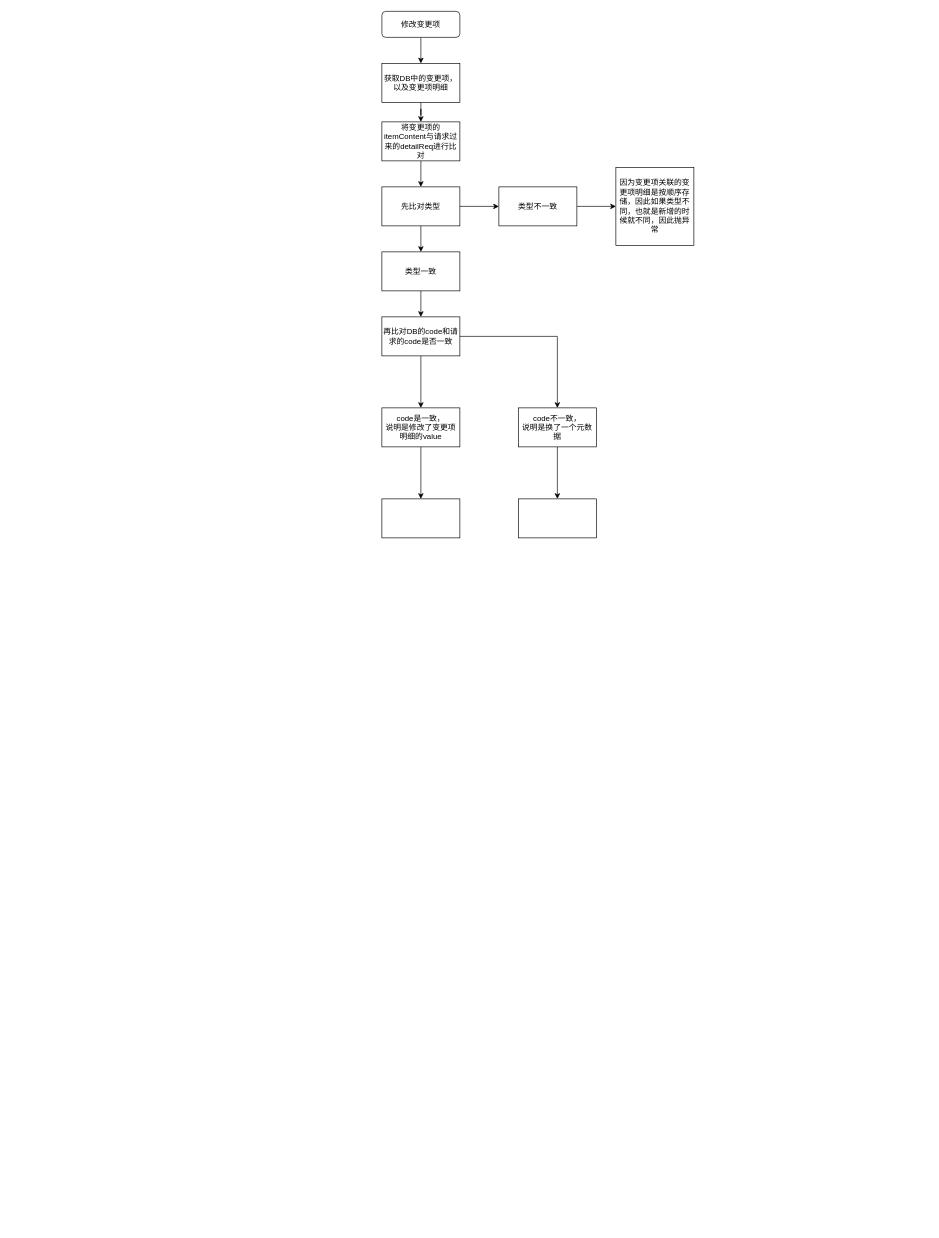
JJazin/abc keeps this draw.io diagram as page "修改变更项流程图" (2 of 2) of Untitled Diagram.drawio. Above is the earlier version. Source tidied: cells renumbered, new cells numbered last; positions are measured from the earlier drawing's top-left corner, leaving out a move shared by most shapes. Both pictures are drawn from the tidied source at 65%, with x=0, y=0 at pixel (382, 11).
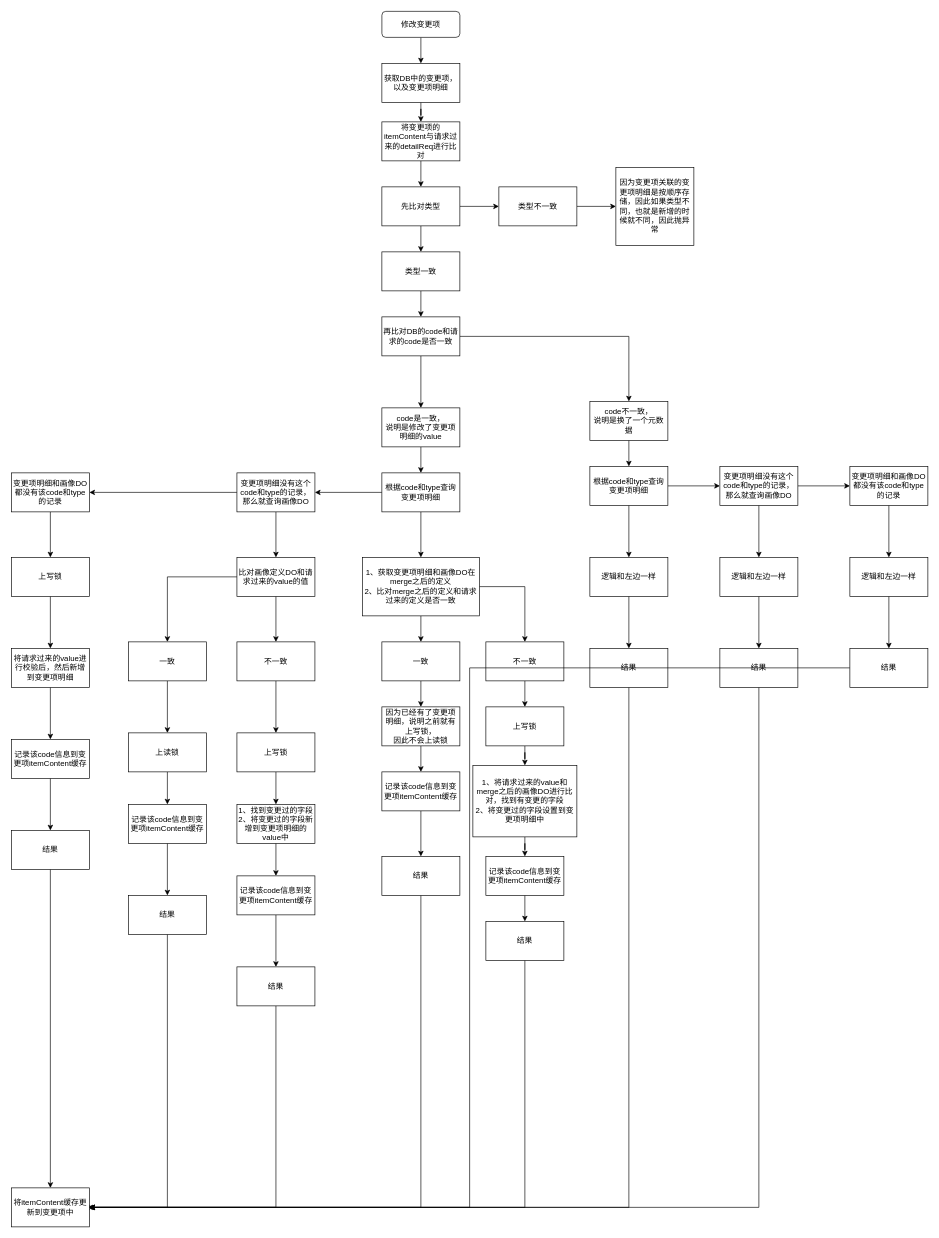
The same page after the edit.

What changed in the source:
```diff
@@
     <mxCell id="22" value="code不一致，&lt;br&gt;说明是换了一个元数据" style="whiteSpace=wrap;html=1;rounded=0;" parent="1" vertex="1">
-      <mxGeometry x="210" y="610" width="120" height="60" as="geometry" />
+      <mxGeometry x="320" y="600" width="120" height="60" as="geometry" />
     </mxCell>
+    <mxCell id="25" style="edgeStyle=orthogonalEdgeStyle;rounded=0;jettySize=auto;html=1;" parent="1" edge="1" source="23" target="31">
+      <mxGeometry relative="1" as="geometry" />
+    </mxCell>
+    <mxCell id="26" style="edgeStyle=orthogonalEdgeStyle;rounded=0;jettySize=auto;html=1;" parent="1" edge="1" source="23" target="36">
+      <mxGeometry relative="1" as="geometry" />
+    </mxCell>
-    <mxCell id="23" style="whiteSpace=wrap;html=1;rounded=0;" parent="1" vertex="1">
-      <mxGeometry y="750" width="120" height="60" as="geometry" />
+    <mxCell id="23" value="根据code和type查询变更项明细" style="whiteSpace=wrap;html=1;rounded=0;" parent="1" vertex="1">
+      <mxGeometry y="710" width="120" height="60" as="geometry" />
     </mxCell>
+    <mxCell id="27" style="edgeStyle=orthogonalEdgeStyle;rounded=0;jettySize=auto;html=1;" parent="1" edge="1" source="24" target="86">
+      <mxGeometry relative="1" as="geometry" />
+    </mxCell>
+    <mxCell id="28" style="edgeStyle=orthogonalEdgeStyle;rounded=0;jettySize=auto;html=1;" parent="1" edge="1" source="24" target="90">
+      <mxGeometry relative="1" as="geometry" />
+    </mxCell>
-    <mxCell id="24" style="whiteSpace=wrap;html=1;rounded=0;direction=west;" parent="1" vertex="1">
-      <mxGeometry x="210" y="750" width="120" height="60" as="geometry" />
+    <mxCell id="24" value="根据code和type查询变更项明细" style="whiteSpace=wrap;html=1;rounded=0;direction=west;" parent="1" vertex="1">
+      <mxGeometry x="320" y="700" width="120" height="60" as="geometry" />
     </mxCell>
+    <mxCell id="29" style="edgeStyle=orthogonalEdgeStyle;rounded=0;jettySize=auto;html=1;" parent="1" edge="1" source="31" target="33">
+      <mxGeometry relative="1" as="geometry" />
+    </mxCell>
+    <mxCell id="30" style="edgeStyle=orthogonalEdgeStyle;rounded=0;jettySize=auto;html=1;" parent="1" edge="1" source="31" target="55">
+      <mxGeometry relative="1" as="geometry" />
+    </mxCell>
+    <mxCell id="31" value="变更项明细没有这个code和type的记录，那么就查询画像DO" style="whiteSpace=wrap;html=1;rounded=0;" parent="1" vertex="1">
+      <mxGeometry x="-223" y="710" width="120" height="60" as="geometry" />
+    </mxCell>
+    <mxCell id="32" style="edgeStyle=orthogonalEdgeStyle;rounded=0;jettySize=auto;html=1;" parent="1" edge="1" source="33" target="57">
+      <mxGeometry relative="1" as="geometry" />
+    </mxCell>
+    <mxCell id="33" value="变更项明细和画像DO都没有该code和type的记录" style="whiteSpace=wrap;html=1;rounded=0;" parent="1" vertex="1">
+      <mxGeometry x="-570" y="710" width="120" height="60" as="geometry" />
+    </mxCell>
+    <mxCell id="34" style="edgeStyle=orthogonalEdgeStyle;rounded=0;jettySize=auto;html=1;" parent="1" edge="1" source="36" target="38">
+      <mxGeometry relative="1" as="geometry" />
+    </mxCell>
+    <mxCell id="35" style="edgeStyle=orthogonalEdgeStyle;rounded=0;jettySize=auto;html=1;" parent="1" edge="1" source="36" target="40">
+      <mxGeometry relative="1" as="geometry" />
+    </mxCell>
+    <mxCell id="36" value="1、获取变更项明细和画像DO在merge之后的定义&lt;br&gt;2、比对merge之后的定义和请求过来的定义是否一致" style="whiteSpace=wrap;html=1;rounded=0;" parent="1" vertex="1">
+      <mxGeometry x="-30" y="840" width="180" height="90" as="geometry" />
+    </mxCell>
+    <mxCell id="37" style="edgeStyle=orthogonalEdgeStyle;rounded=0;jettySize=auto;html=1;" parent="1" edge="1" source="38" target="42">
+      <mxGeometry relative="1" as="geometry" />
+    </mxCell>
+    <mxCell id="38" value="一致" style="whiteSpace=wrap;html=1;rounded=0;" parent="1" vertex="1">
+      <mxGeometry y="970" width="120" height="60" as="geometry" />
+    </mxCell>
+    <mxCell id="39" style="edgeStyle=orthogonalEdgeStyle;rounded=0;jettySize=auto;html=1;" parent="1" edge="1" source="40" target="71">
+      <mxGeometry relative="1" as="geometry" />
+    </mxCell>
+    <mxCell id="40" value="不一致" style="whiteSpace=wrap;html=1;rounded=0;" parent="1" vertex="1">
+      <mxGeometry x="160" y="970" width="120" height="60" as="geometry" />
+    </mxCell>
+    <mxCell id="41" style="edgeStyle=orthogonalEdgeStyle;rounded=0;jettySize=auto;html=1;" parent="1" edge="1" source="42" target="44">
+      <mxGeometry relative="1" as="geometry" />
+    </mxCell>
+    <mxCell id="42" value="因为已经有了变更项明细，说明之前就有上写锁，&lt;br&gt;因此不会上读锁" style="whiteSpace=wrap;html=1;rounded=0;" parent="1" vertex="1">
+      <mxGeometry y="1070" width="120" height="60" as="geometry" />
+    </mxCell>
+    <mxCell id="43" style="edgeStyle=orthogonalEdgeStyle;rounded=0;jettySize=auto;html=1;" parent="1" edge="1" source="44" target="46">
+      <mxGeometry relative="1" as="geometry" />
+    </mxCell>
+    <mxCell id="44" value="记录该code信息到变更项itemContent缓存" style="whiteSpace=wrap;html=1;rounded=0;" parent="1" vertex="1">
+      <mxGeometry y="1170" width="120" height="60" as="geometry" />
+    </mxCell>
+    <mxCell id="45" style="edgeStyle=orthogonalEdgeStyle;rounded=0;jettySize=auto;html=1;exitX=0.5;exitY=1;exitDx=0;exitDy=0;entryX=1;entryY=0.5;entryDx=0;entryDy=0;" parent="1" edge="1" source="46" target="101">
+      <mxGeometry relative="1" as="geometry" />
+    </mxCell>
+    <mxCell id="46" value="结果" style="whiteSpace=wrap;html=1;rounded=0;" parent="1" vertex="1">
+      <mxGeometry y="1300" width="120" height="60" as="geometry" />
+    </mxCell>
+    <mxCell id="47" style="edgeStyle=orthogonalEdgeStyle;rounded=0;jettySize=auto;html=1;" parent="1" edge="1" source="48" target="50">
+      <mxGeometry relative="1" as="geometry" />
+    </mxCell>
+    <mxCell id="48" value="1、将请求过来的value和merge之后的画像DO进行比对，找到有变更的字段&lt;br&gt;2、将变更过的字段设置到变更项明细中" style="whiteSpace=wrap;html=1;rounded=0;" parent="1" vertex="1">
+      <mxGeometry x="140" y="1160" width="160" height="110" as="geometry" />
+    </mxCell>
+    <mxCell id="49" style="edgeStyle=orthogonalEdgeStyle;rounded=0;jettySize=auto;html=1;" parent="1" edge="1" source="50" target="52">
+      <mxGeometry relative="1" as="geometry" />
+    </mxCell>
+    <mxCell id="50" value="&lt;span&gt;记录该code信息到变更项itemContent缓存&lt;/span&gt;" style="whiteSpace=wrap;html=1;rounded=0;" parent="1" vertex="1">
+      <mxGeometry x="160" y="1300" width="120" height="60" as="geometry" />
+    </mxCell>
+    <mxCell id="51" style="edgeStyle=orthogonalEdgeStyle;rounded=0;jettySize=auto;html=1;" parent="1" edge="1" source="52">
+      <mxGeometry relative="1" as="geometry">
+        <mxPoint x="-450" y="1840" as="targetPoint" />
+        <Array as="points">
+          <mxPoint x="220" y="1840" />
+        </Array>
+      </mxGeometry>
+    </mxCell>
+    <mxCell id="52" value="结果" style="whiteSpace=wrap;html=1;rounded=0;" parent="1" vertex="1">
+      <mxGeometry x="160" y="1400" width="120" height="60" as="geometry" />
+    </mxCell>
+    <mxCell id="53" style="edgeStyle=orthogonalEdgeStyle;rounded=0;jettySize=auto;html=1;" parent="1" edge="1" source="55" target="59">
+      <mxGeometry relative="1" as="geometry" />
+    </mxCell>
+    <mxCell id="54" style="edgeStyle=orthogonalEdgeStyle;rounded=0;jettySize=auto;html=1;" parent="1" edge="1" source="55" target="61">
+      <mxGeometry relative="1" as="geometry" />
+    </mxCell>
+    <mxCell id="55" value="比对画像定义DO和请求过来的value的值" style="whiteSpace=wrap;html=1;rounded=0;" parent="1" vertex="1">
+      <mxGeometry x="-223" y="840" width="120" height="60" as="geometry" />
+    </mxCell>
+    <mxCell id="56" style="edgeStyle=orthogonalEdgeStyle;rounded=0;jettySize=auto;html=1;" parent="1" edge="1" source="57" target="79">
+      <mxGeometry relative="1" as="geometry" />
+    </mxCell>
+    <mxCell id="57" value="上写锁" style="whiteSpace=wrap;html=1;rounded=0;" parent="1" vertex="1">
+      <mxGeometry x="-570" y="840" width="120" height="60" as="geometry" />
+    </mxCell>
+    <mxCell id="58" style="edgeStyle=orthogonalEdgeStyle;rounded=0;jettySize=auto;html=1;" parent="1" edge="1" source="59" target="63">
+      <mxGeometry relative="1" as="geometry" />
+    </mxCell>
+    <mxCell id="59" value="一致" style="whiteSpace=wrap;html=1;rounded=0;" parent="1" vertex="1">
+      <mxGeometry x="-390" y="970" width="120" height="60" as="geometry" />
+    </mxCell>
+    <mxCell id="60" style="edgeStyle=orthogonalEdgeStyle;rounded=0;jettySize=auto;html=1;" parent="1" edge="1" source="61" target="69">
+      <mxGeometry relative="1" as="geometry" />
+    </mxCell>
+    <mxCell id="61" value="不一致" style="whiteSpace=wrap;html=1;rounded=0;" parent="1" vertex="1">
+      <mxGeometry x="-223" y="970" width="120" height="60" as="geometry" />
+    </mxCell>
+    <mxCell id="62" style="edgeStyle=orthogonalEdgeStyle;rounded=0;jettySize=auto;html=1;" parent="1" edge="1" source="63" target="65">
+      <mxGeometry relative="1" as="geometry" />
+    </mxCell>
+    <mxCell id="63" value="上读锁" style="whiteSpace=wrap;html=1;rounded=0;" parent="1" vertex="1">
+      <mxGeometry x="-390" y="1110" width="120" height="60" as="geometry" />
+    </mxCell>
+    <mxCell id="64" style="edgeStyle=orthogonalEdgeStyle;rounded=0;jettySize=auto;html=1;" parent="1" edge="1" source="65" target="67">
+      <mxGeometry relative="1" as="geometry" />
+    </mxCell>
+    <mxCell id="65" value="&lt;span&gt;记录该code信息到变更项itemContent缓存&lt;/span&gt;" style="whiteSpace=wrap;html=1;rounded=0;" parent="1" vertex="1">
+      <mxGeometry x="-390" y="1220" width="120" height="60" as="geometry" />
+    </mxCell>
+    <mxCell id="66" style="edgeStyle=orthogonalEdgeStyle;rounded=0;jettySize=auto;html=1;exitX=0.5;exitY=1;exitDx=0;exitDy=0;" parent="1" edge="1" source="67" target="101">
+      <mxGeometry relative="1" as="geometry">
+        <Array as="points">
+          <mxPoint x="-330" y="1840" />
+        </Array>
+      </mxGeometry>
+    </mxCell>
+    <mxCell id="67" value="结果" style="whiteSpace=wrap;html=1;rounded=0;" parent="1" vertex="1">
+      <mxGeometry x="-390" y="1360" width="120" height="60" as="geometry" />
+    </mxCell>
+    <mxCell id="68" style="edgeStyle=orthogonalEdgeStyle;rounded=0;jettySize=auto;html=1;" parent="1" edge="1" source="69" target="73">
+      <mxGeometry relative="1" as="geometry" />
+    </mxCell>
+    <mxCell id="69" value="上写锁" style="whiteSpace=wrap;html=1;rounded=0;" parent="1" vertex="1">
+      <mxGeometry x="-223" y="1110" width="120" height="60" as="geometry" />
+    </mxCell>
+    <mxCell id="70" style="edgeStyle=orthogonalEdgeStyle;rounded=0;jettySize=auto;html=1;" parent="1" edge="1" source="71" target="48">
+      <mxGeometry relative="1" as="geometry" />
+    </mxCell>
+    <mxCell id="71" value="上写锁" style="whiteSpace=wrap;html=1;rounded=0;" parent="1" vertex="1">
+      <mxGeometry x="160" y="1070" width="120" height="60" as="geometry" />
+    </mxCell>
+    <mxCell id="72" style="edgeStyle=orthogonalEdgeStyle;rounded=0;jettySize=auto;html=1;" parent="1" edge="1" source="73" target="75">
+      <mxGeometry relative="1" as="geometry" />
+    </mxCell>
+    <mxCell id="73" value="1、找到变更过的字段&lt;br&gt;2、将变更过的字段新增到变更项明细的value中" style="whiteSpace=wrap;html=1;rounded=0;" parent="1" vertex="1">
+      <mxGeometry x="-223" y="1220" width="120" height="60" as="geometry" />
+    </mxCell>
+    <mxCell id="74" style="edgeStyle=orthogonalEdgeStyle;rounded=0;jettySize=auto;html=1;" parent="1" edge="1" source="75" target="77">
+      <mxGeometry relative="1" as="geometry" />
+    </mxCell>
+    <mxCell id="75" value="&lt;span&gt;记录该code信息到变更项itemContent缓存&lt;/span&gt;" style="whiteSpace=wrap;html=1;rounded=0;" parent="1" vertex="1">
+      <mxGeometry x="-223" y="1330" width="120" height="60" as="geometry" />
+    </mxCell>
+    <mxCell id="76" style="edgeStyle=orthogonalEdgeStyle;rounded=0;jettySize=auto;html=1;exitX=0.5;exitY=1;exitDx=0;exitDy=0;" parent="1" edge="1" source="77">
+      <mxGeometry relative="1" as="geometry">
+        <mxPoint x="-450" y="1840" as="targetPoint" />
+        <Array as="points">
+          <mxPoint x="-163" y="1840" />
+        </Array>
+      </mxGeometry>
+    </mxCell>
+    <mxCell id="77" value="结果" style="whiteSpace=wrap;html=1;rounded=0;" parent="1" vertex="1">
+      <mxGeometry x="-223" y="1470" width="120" height="60" as="geometry" />
+    </mxCell>
+    <mxCell id="78" style="edgeStyle=orthogonalEdgeStyle;rounded=0;jettySize=auto;html=1;" parent="1" edge="1" source="79" target="81">
+      <mxGeometry relative="1" as="geometry" />
+    </mxCell>
+    <mxCell id="79" value="将请求过来的value进行校验后，然后新增到变更项明细" style="whiteSpace=wrap;html=1;rounded=0;" parent="1" vertex="1">
+      <mxGeometry x="-570" y="980" width="120" height="60" as="geometry" />
+    </mxCell>
+    <mxCell id="80" style="edgeStyle=orthogonalEdgeStyle;rounded=0;jettySize=auto;html=1;" parent="1" edge="1" source="81" target="83">
+      <mxGeometry relative="1" as="geometry" />
+    </mxCell>
+    <mxCell id="81" value="&lt;span&gt;记录该code信息到变更项itemContent缓存&lt;/span&gt;" style="whiteSpace=wrap;html=1;rounded=0;" parent="1" vertex="1">
+      <mxGeometry x="-570" y="1120" width="120" height="60" as="geometry" />
+    </mxCell>
+    <mxCell id="82" style="edgeStyle=orthogonalEdgeStyle;rounded=0;jettySize=auto;html=1;" parent="1" edge="1" source="83" target="101">
+      <mxGeometry relative="1" as="geometry" />
+    </mxCell>
+    <mxCell id="83" value="结果" style="whiteSpace=wrap;html=1;rounded=0;" parent="1" vertex="1">
+      <mxGeometry x="-570" y="1260" width="120" height="60" as="geometry" />
+    </mxCell>
+    <mxCell id="84" style="edgeStyle=orthogonalEdgeStyle;rounded=0;jettySize=auto;html=1;" parent="1" edge="1" source="86" target="88">
+      <mxGeometry relative="1" as="geometry" />
+    </mxCell>
+    <mxCell id="85" style="edgeStyle=orthogonalEdgeStyle;rounded=0;jettySize=auto;html=1;" parent="1" edge="1" source="86" target="94">
+      <mxGeometry relative="1" as="geometry" />
+    </mxCell>
+    <mxCell id="86" value="&lt;span&gt;变更项明细没有这个code和type的记录，那么就查询画像DO&lt;/span&gt;" style="whiteSpace=wrap;html=1;rounded=0;" parent="1" vertex="1">
+      <mxGeometry x="520" y="700" width="120" height="60" as="geometry" />
+    </mxCell>
+    <mxCell id="87" style="edgeStyle=orthogonalEdgeStyle;rounded=0;jettySize=auto;html=1;" parent="1" edge="1" source="88" target="98">
+      <mxGeometry relative="1" as="geometry" />
+    </mxCell>
+    <mxCell id="88" value="&lt;span&gt;变更项明细和画像DO都没有该code和type的记录&lt;/span&gt;" style="whiteSpace=wrap;html=1;rounded=0;" parent="1" vertex="1">
+      <mxGeometry x="720" y="700" width="120" height="60" as="geometry" />
+    </mxCell>
+    <mxCell id="89" style="edgeStyle=orthogonalEdgeStyle;rounded=0;jettySize=auto;html=1;" parent="1" edge="1" source="90" target="92">
+      <mxGeometry relative="1" as="geometry" />
+    </mxCell>
+    <mxCell id="90" value="逻辑和左边一样" style="whiteSpace=wrap;html=1;rounded=0;" parent="1" vertex="1">
+      <mxGeometry x="320" y="840" width="120" height="60" as="geometry" />
+    </mxCell>
+    <mxCell id="91" style="edgeStyle=orthogonalEdgeStyle;rounded=0;jettySize=auto;html=1;" parent="1" edge="1" source="92">
+      <mxGeometry relative="1" as="geometry">
+        <mxPoint x="-458" y="1840" as="targetPoint" />
+        <Array as="points">
+          <mxPoint x="380" y="1840" />
+        </Array>
+      </mxGeometry>
+    </mxCell>
+    <mxCell id="92" value="结果" style="whiteSpace=wrap;html=1;rounded=0;" parent="1" vertex="1">
+      <mxGeometry x="320" y="980" width="120" height="60" as="geometry" />
+    </mxCell>
+    <mxCell id="93" style="edgeStyle=orthogonalEdgeStyle;rounded=0;jettySize=auto;html=1;" parent="1" edge="1" source="94" target="96">
+      <mxGeometry relative="1" as="geometry" />
+    </mxCell>
+    <mxCell id="94" value="逻辑和左边一样" style="whiteSpace=wrap;html=1;rounded=0;" parent="1" vertex="1">
+      <mxGeometry x="520" y="840" width="120" height="60" as="geometry" />
+    </mxCell>
+    <mxCell id="95" style="edgeStyle=orthogonalEdgeStyle;rounded=0;jettySize=auto;html=1;" parent="1" edge="1" source="96">
+      <mxGeometry relative="1" as="geometry">
+        <mxPoint x="-453" y="1840" as="targetPoint" />
+        <Array as="points">
+          <mxPoint x="580" y="1840" />
+        </Array>
+      </mxGeometry>
+    </mxCell>
+    <mxCell id="96" value="结果" style="whiteSpace=wrap;html=1;rounded=0;" parent="1" vertex="1">
+      <mxGeometry x="520" y="980" width="120" height="60" as="geometry" />
+    </mxCell>
+    <mxCell id="97" style="edgeStyle=orthogonalEdgeStyle;rounded=0;jettySize=auto;html=1;" parent="1" edge="1" source="98" target="100">
+      <mxGeometry relative="1" as="geometry" />
+    </mxCell>
+    <mxCell id="98" value="逻辑和左边一样" style="whiteSpace=wrap;html=1;rounded=0;" parent="1" vertex="1">
+      <mxGeometry x="720" y="840" width="120" height="60" as="geometry" />
+    </mxCell>
+    <mxCell id="99" style="edgeStyle=orthogonalEdgeStyle;rounded=0;jettySize=auto;html=1;entryX=1;entryY=0.5;entryDx=0;entryDy=0;" parent="1" edge="1" source="100" target="101">
+      <mxGeometry relative="1" as="geometry" />
+    </mxCell>
+    <mxCell id="100" value="结果" style="whiteSpace=wrap;html=1;rounded=0;" parent="1" vertex="1">
+      <mxGeometry x="720" y="980" width="120" height="60" as="geometry" />
+    </mxCell>
+    <mxCell id="101" value="将itemContent缓存更新到变更项中" style="whiteSpace=wrap;html=1;rounded=0;" parent="1" vertex="1">
+      <mxGeometry x="-570" y="1810" width="120" height="60" as="geometry" />
+    </mxCell>
```
